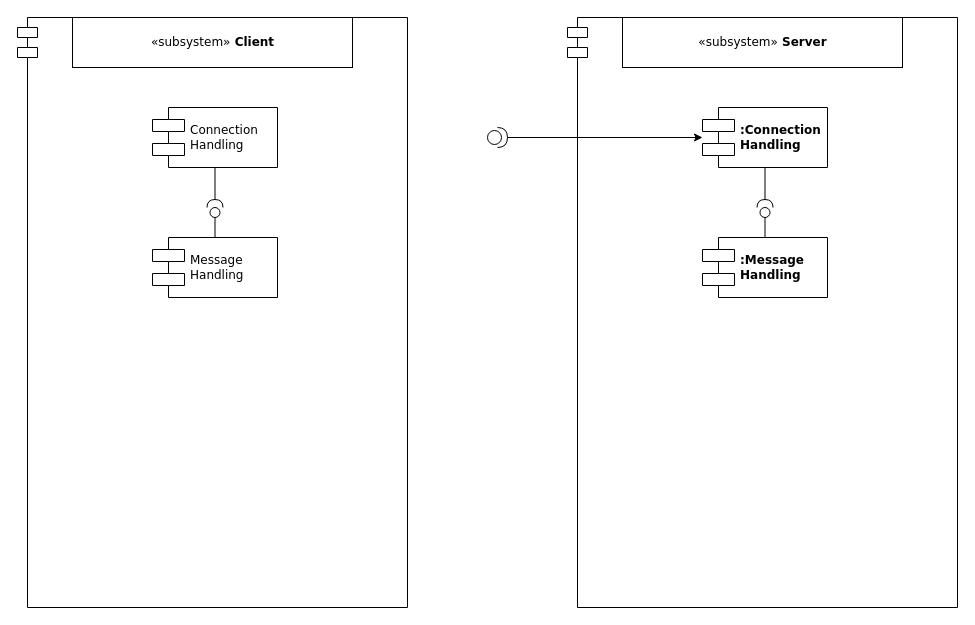
Earlier version of the draw.io diagram docs/ComponentDiagrams/DiagramFiles/ComponentDiagram.drawio (Scherrik/se_mcm). Source tidied: cells renumbered, new cells numbered last; positions are measured from the earlier drawing's top-left corner, leaving out a move shared by most shapes. Both pictures are drawn from the tidied source at 100%, with x=0, y=0 at pixel (17, 17).
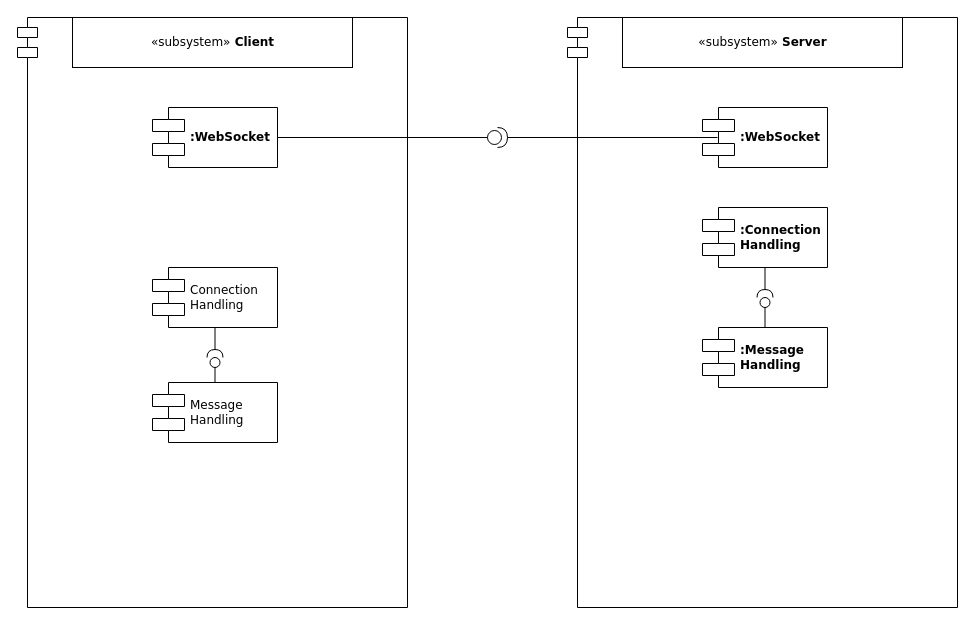
The same page after the edit.

Commit message:
Add component diagram

Unchanged cells that the change refers to:
```xml
<mxCell id="2" style="group;" parent="1" vertex="1">
  <mxGeometry x="550" width="390" height="590" as="geometry" />
</mxCell>
<mxCell id="10" style="group;" parent="1" vertex="1">
  <mxGeometry width="390" height="590" as="geometry" />
</mxCell>
<mxCell id="19" style="shape=providedRequiredInterface;html=1;verticalLabelPosition=bottom;sketch=0;" parent="1" vertex="1">
  <mxGeometry x="470" y="110" width="20" height="20" as="geometry" />
</mxCell>
```

What changed in the source:
```diff
@@
     <mxCell id="5" value="&lt;div&gt;&lt;b&gt;:Connection&lt;/b&gt;&lt;/div&gt;&lt;div&gt;&lt;b&gt;Handling&lt;/b&gt;&lt;/div&gt;" style="shape=component;align=left;spacingLeft=36;rounded=0;shadow=0;comic=0;labelBackgroundColor=none;strokeWidth=1;fontFamily=Verdana;fontSize=12;html=1;" parent="2" vertex="1">
-      <mxGeometry x="135" y="90" width="125" height="60" as="geometry" />
+      <mxGeometry x="135" y="190" width="125" height="60" as="geometry" />
     </mxCell>
     <mxCell id="6" value="&lt;div&gt;&lt;b&gt;:Message&lt;/b&gt;&lt;/div&gt;&lt;div&gt;&lt;b&gt;Handling&lt;/b&gt;&lt;/div&gt;" style="shape=component;align=left;spacingLeft=36;rounded=0;shadow=0;comic=0;labelBackgroundColor=none;strokeWidth=1;fontFamily=Verdana;fontSize=12;html=1;" parent="2" vertex="1">
-      <mxGeometry x="135" y="220" width="125" height="60" as="geometry" />
+      <mxGeometry x="135" y="310" width="125" height="60" as="geometry" />
     </mxCell>
@@
     <mxCell id="8" style="ellipse;whiteSpace=wrap;html=1;align=center;points=[];outlineConnect=0;sketch=0;" parent="2" vertex="1">
-      <mxGeometry x="192.5" y="190" width="10" height="10" as="geometry" />
+      <mxGeometry x="192.5" y="280" width="10" height="10" as="geometry" />
     </mxCell>
@@
+    <mxCell id="20" value="&lt;div&gt;&lt;b&gt;:WebSocket&lt;/b&gt;&lt;/div&gt;" style="shape=component;align=left;spacingLeft=36;rounded=0;shadow=0;comic=0;labelBackgroundColor=none;strokeWidth=1;fontFamily=Verdana;fontSize=12;html=1;" parent="2" vertex="1">
+      <mxGeometry x="135" y="90" width="125" height="60" as="geometry" />
+    </mxCell>
@@
     <mxCell id="13" value="&lt;div&gt;Connection&lt;/div&gt;&lt;div&gt;Handling&lt;/div&gt;" style="shape=component;align=left;spacingLeft=36;rounded=0;shadow=0;comic=0;labelBackgroundColor=none;strokeWidth=1;fontFamily=Verdana;fontSize=12;html=1;" parent="10" vertex="1">
-      <mxGeometry x="135" y="90" width="125" height="60" as="geometry" />
+      <mxGeometry x="135" y="250" width="125" height="60" as="geometry" />
     </mxCell>
     <mxCell id="14" value="&lt;div&gt;Message&lt;/div&gt;&lt;div&gt;Handling&lt;/div&gt;" style="shape=component;align=left;spacingLeft=36;rounded=0;shadow=0;comic=0;labelBackgroundColor=none;strokeWidth=1;fontFamily=Verdana;fontSize=12;html=1;" parent="10" vertex="1">
-      <mxGeometry x="135" y="220" width="125" height="60" as="geometry" />
+      <mxGeometry x="135" y="365" width="125" height="60" as="geometry" />
     </mxCell>
@@
     <mxCell id="16" style="ellipse;whiteSpace=wrap;html=1;align=center;points=[];outlineConnect=0;sketch=0;" parent="10" vertex="1">
-      <mxGeometry x="192.5" y="190" width="10" height="10" as="geometry" />
+      <mxGeometry x="192.5" y="340" width="10" height="10" as="geometry" />
     </mxCell>
-    <mxCell id="17" style="rounded=0;jettySize=auto;html=1;endArrow=none;endFill=0;sketch=0;sourcePerimeterSpacing=0;targetPerimeterSpacing=0;entryX=0.5;entryY=0;entryDx=0;entryDy=0;" parent="10" edge="1" source="16" target="14">
-      <mxGeometry relative="1" as="geometry" />
-    </mxCell>
-    <mxCell id="18" style="edgeStyle=orthogonalEdgeStyle;rounded=0;jettySize=auto;html=1;" parent="1" edge="1" source="19" target="5">
-      <mxGeometry relative="1" as="geometry" />
-    </mxCell>
+    <mxCell id="21" value="&lt;div&gt;&lt;b&gt;:WebSocket&lt;/b&gt;&lt;/div&gt;" style="shape=component;align=left;spacingLeft=36;rounded=0;shadow=0;comic=0;labelBackgroundColor=none;strokeWidth=1;fontFamily=Verdana;fontSize=12;html=1;" parent="10" vertex="1">
+      <mxGeometry x="135" y="90" width="125" height="60" as="geometry" />
+    </mxCell>
+    <mxCell id="22" style="endArrow=none;html=1;rounded=0;shadow=0;sketch=0;strokeColor=default;jumpStyle=none;exitX=0.5;exitY=0;exitDx=0;exitDy=0;" parent="10" edge="1" source="14" target="16">
+      <mxGeometry relative="1" as="geometry" />
+    </mxCell>
@@
+    <mxCell id="23" style="endArrow=none;html=1;rounded=0;shadow=0;sketch=0;strokeColor=default;jumpStyle=none;exitX=1;exitY=0.5;exitDx=0;exitDy=0;" parent="1" edge="1" source="21">
+      <mxGeometry relative="1" as="geometry">
+        <mxPoint x="470" y="120" as="targetPoint" />
+      </mxGeometry>
+    </mxCell>
+    <mxCell id="24" style="endArrow=none;html=1;rounded=0;shadow=0;sketch=0;strokeColor=default;jumpStyle=none;entryX=0.12;entryY=0.5;entryDx=0;entryDy=0;entryPerimeter=0;exitX=1;exitY=0.5;exitDx=0;exitDy=0;exitPerimeter=0;" parent="1" edge="1" source="19" target="20">
+      <mxGeometry relative="1" as="geometry" />
+    </mxCell>
```
